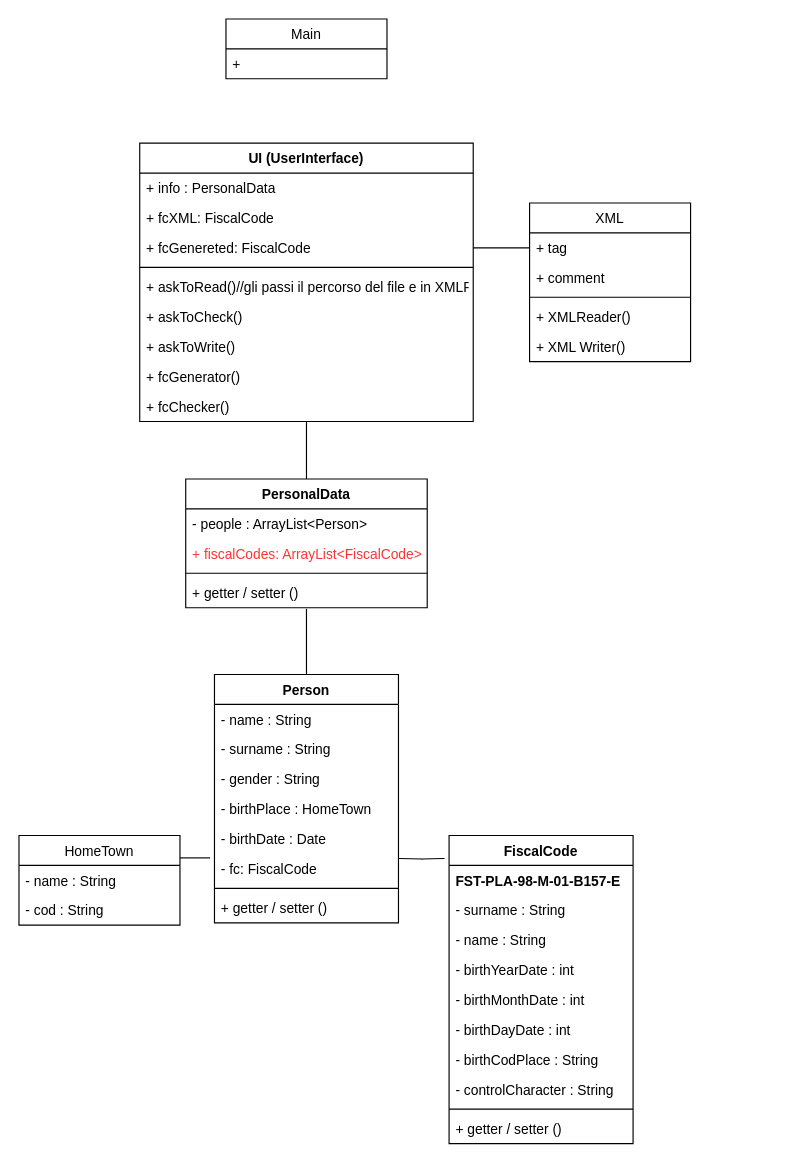
The draw.io diagram Documentatio/CodiceFiscale.drawio in Aleroto/PgAr2022_HelloWorld-_CodiceFiscale, before the edit. Source tidied: cells renumbered, new cells numbered last; positions are measured from the earlier drawing's top-left corner, leaving out a move shared by most shapes. Both pictures are drawn from the tidied source at 115%, with x=0, y=0 at pixel (18, 18).
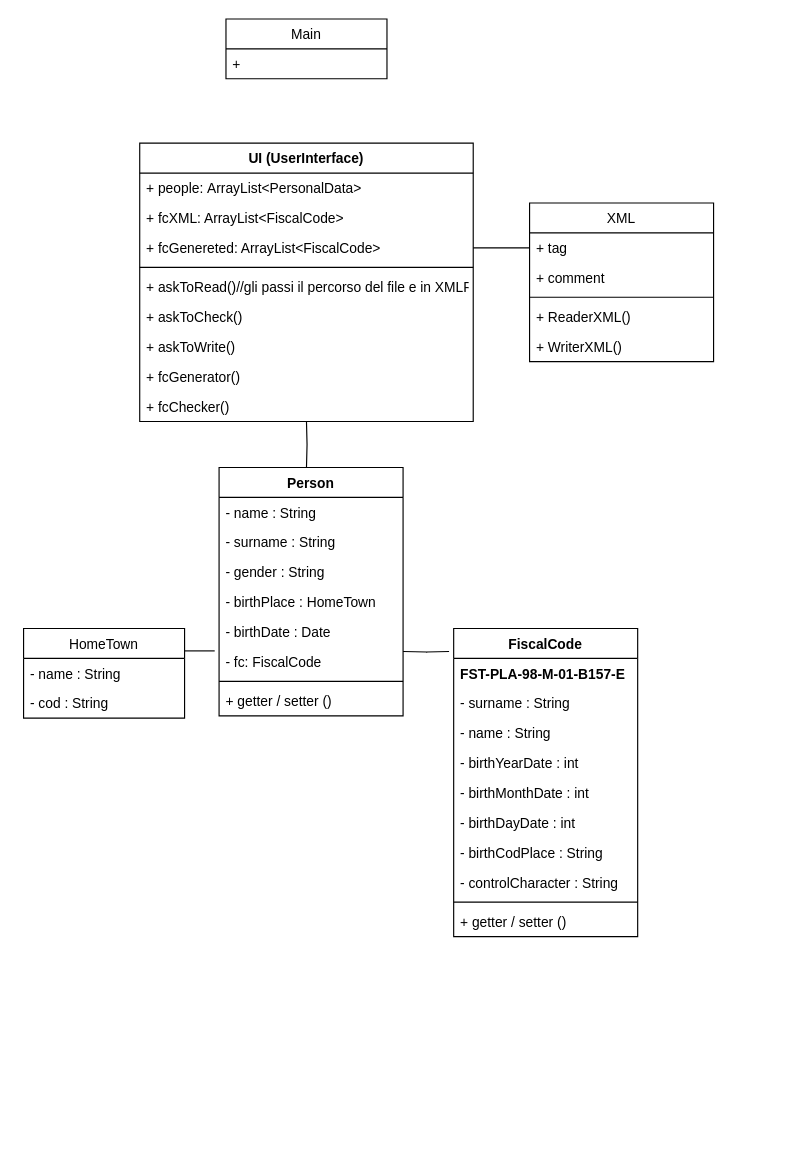
Above is the later version.

Unchanged cells that the change refers to:
```xml
<mxCell id="4" value="UI (UserInterface)" style="swimlane;fontStyle=1;align=center;verticalAlign=top;horizontal=1;startSize=26;" parent="1" vertex="1">
  <mxGeometry x="105" y="108" width="290" height="242" as="geometry" />
</mxCell>
```

Change to the diagram source:
```diff
@@
-    <mxCell id="5" value="+ info : PersonalData" style="text;strokeColor=none;fillColor=none;align=left;verticalAlign=top;spacingLeft=4;spacingRight=4;overflow=hidden;fontStyle=0;" parent="4" vertex="1">
+    <mxCell id="5" value="+ people: ArrayList&lt;PersonalData&gt;" style="text;strokeColor=none;fillColor=none;align=left;verticalAlign=top;spacingLeft=4;spacingRight=4;overflow=hidden;fontStyle=0;" parent="4" vertex="1">
       <mxGeometry y="26" width="290" height="26" as="geometry" />
     </mxCell>
-    <mxCell id="6" value="+ fcXML: FiscalCode" style="text;strokeColor=none;fillColor=none;align=left;verticalAlign=top;spacingLeft=4;spacingRight=4;overflow=hidden;" parent="4" vertex="1">
+    <mxCell id="6" value="+ fcXML: ArrayList&lt;FiscalCode&gt;" style="text;strokeColor=none;fillColor=none;align=left;verticalAlign=top;spacingLeft=4;spacingRight=4;overflow=hidden;" parent="4" vertex="1">
       <mxGeometry y="52" width="290" height="26" as="geometry" />
     </mxCell>
-    <mxCell id="7" value="+ fcGenereted: FiscalCode" style="text;strokeColor=none;fillColor=none;align=left;verticalAlign=top;spacingLeft=4;spacingRight=4;overflow=hidden;points=[[0,0.5],[1,0.5]];portConstraint=eastwest;" parent="4" vertex="1">
+    <mxCell id="7" value="+ fcGenereted: ArrayList&lt;FiscalCode&gt;" style="text;strokeColor=none;fillColor=none;align=left;verticalAlign=top;spacingLeft=4;spacingRight=4;overflow=hidden;points=[[0,0.5],[1,0.5]];portConstraint=eastwest;" parent="4" vertex="1">
       <mxGeometry y="78" width="290" height="26" as="geometry" />
     </mxCell>
@@
     <mxCell id="14" value="FiscalCode" style="swimlane;fontStyle=1;align=center;verticalAlign=top;horizontal=1;startSize=26;" parent="1" vertex="1">
-      <mxGeometry x="374" y="710" width="160" height="268" as="geometry" />
+      <mxGeometry x="378" y="530" width="160" height="268" as="geometry" />
     </mxCell>
@@
-    <mxCell id="25" style="edgeStyle=orthogonalEdgeStyle;rounded=0;jettySize=auto;html=1;exitX=0.5;exitY=0;exitDx=0;exitDy=0;entryX=0.5;entryY=1.037;entryDx=0;entryDy=0;entryPerimeter=0;fontColor=#000000;endArrow=none;endFill=0;" parent="1" edge="1" source="26" target="50">
-      <mxGeometry relative="1" as="geometry" />
-    </mxCell>
     <mxCell id="26" value="Person" style="swimlane;fontStyle=1;align=center;verticalAlign=top;horizontal=1;startSize=26;" parent="1" vertex="1">
-      <mxGeometry x="170" y="570" width="160" height="216" as="geometry" />
+      <mxGeometry x="174" y="390" width="160" height="216" as="geometry" />
     </mxCell>
@@
     <mxCell id="36" value="HomeTown" style="swimlane;fontStyle=0;horizontal=1;startSize=26;fillColor=none;" parent="1" vertex="1">
-      <mxGeometry y="710" width="140" height="78" as="geometry" />
+      <mxGeometry x="4" y="530" width="140" height="78" as="geometry" />
     </mxCell>
@@
     <mxCell id="39" value="XML" style="swimlane;fontStyle=0;horizontal=1;startSize=26;fillColor=none;" parent="1" vertex="1">
-      <mxGeometry x="444" y="160" width="140" height="138" as="geometry" />
+      <mxGeometry x="444" y="160" width="160" height="138" as="geometry" />
     </mxCell>
     <mxCell id="40" value="+ tag&#10;" style="text;strokeColor=none;fillColor=none;align=left;verticalAlign=top;spacingLeft=4;spacingRight=4;overflow=hidden;points=[[0,0.5],[1,0.5]];portConstraint=eastwest;" parent="39" vertex="1">
-      <mxGeometry y="26" width="140" height="26" as="geometry" />
+      <mxGeometry y="26" width="160" height="26" as="geometry" />
     </mxCell>
     <mxCell id="41" value="+ comment" style="text;strokeColor=none;fillColor=none;align=left;verticalAlign=top;spacingLeft=4;spacingRight=4;overflow=hidden;" parent="39" vertex="1">
-      <mxGeometry y="52" width="140" height="26" as="geometry" />
+      <mxGeometry y="52" width="160" height="26" as="geometry" />
     </mxCell>
     <mxCell id="42" style="line;strokeWidth=1;fillColor=none;align=left;verticalAlign=middle;spacingTop=-1;spacingLeft=3;spacingRight=3;labelPosition=right;" parent="39" vertex="1">
-      <mxGeometry y="78" width="140" height="8" as="geometry" />
+      <mxGeometry y="78" width="160" height="8" as="geometry" />
     </mxCell>
-    <mxCell id="43" value="+ XMLReader()" style="text;strokeColor=none;fillColor=none;align=left;verticalAlign=top;spacingLeft=4;spacingRight=4;overflow=hidden;" parent="39" vertex="1">
-      <mxGeometry y="86" width="140" height="26" as="geometry" />
+    <mxCell id="43" value="+ ReaderXML()" style="text;strokeColor=none;fillColor=none;align=left;verticalAlign=top;spacingLeft=4;spacingRight=4;overflow=hidden;" parent="39" vertex="1">
+      <mxGeometry y="86" width="160" height="26" as="geometry" />
     </mxCell>
-    <mxCell id="44" value="+ XML Writer()" style="text;strokeColor=none;fillColor=none;align=left;verticalAlign=top;spacingLeft=4;spacingRight=4;overflow=hidden;" parent="39" vertex="1">
-      <mxGeometry y="112" width="140" height="26" as="geometry" />
+    <mxCell id="44" value="+ WriterXML()" style="text;strokeColor=none;fillColor=none;align=left;verticalAlign=top;spacingLeft=4;spacingRight=4;overflow=hidden;" parent="39" vertex="1">
+      <mxGeometry y="112" width="160" height="26" as="geometry" />
     </mxCell>
-    <mxCell id="45" style="edgeStyle=orthogonalEdgeStyle;rounded=0;jettySize=auto;html=1;exitX=0.5;exitY=0;exitDx=0;exitDy=0;entryX=0.5;entryY=1;entryDx=0;entryDy=0;fontColor=#000000;endArrow=none;endFill=0;" parent="1" edge="1" source="46" target="4">
-      <mxGeometry relative="1" as="geometry" />
+    <mxCell id="45" style="edgeStyle=orthogonalEdgeStyle;rounded=0;jettySize=auto;html=1;entryX=0.5;entryY=1;entryDx=0;entryDy=0;fontColor=#000000;endArrow=none;endFill=0;" parent="1" edge="1" target="4">
+      <mxGeometry relative="1" as="geometry">
+        <mxPoint x="250" y="390" as="sourcePoint" />
+      </mxGeometry>
     </mxCell>
-    <mxCell id="46" value="PersonalData" style="swimlane;fontStyle=1;horizontal=1;startSize=26;fillColor=none;" parent="1" vertex="1">
-      <mxGeometry x="145" y="400" width="210" height="112" as="geometry" />
-    </mxCell>
-    <mxCell id="47" value="- people : ArrayList&lt;Person&gt;" style="text;strokeColor=none;fillColor=none;align=left;verticalAlign=top;spacingLeft=4;spacingRight=4;overflow=hidden;" parent="46" vertex="1">
-      <mxGeometry y="26" width="210" height="26" as="geometry" />
-    </mxCell>
-    <mxCell id="48" value="+ fiscalCodes: ArrayList&lt;FiscalCode&gt;" style="text;strokeColor=none;fillColor=none;align=left;verticalAlign=top;spacingLeft=4;spacingRight=4;overflow=hidden;fontColor=#FF3333;" parent="46" vertex="1">
-      <mxGeometry y="52" width="210" height="26" as="geometry" />
-    </mxCell>
-    <mxCell id="49" style="line;strokeWidth=1;fillColor=none;align=left;verticalAlign=middle;spacingTop=-1;spacingLeft=3;spacingRight=3;labelPosition=right;" parent="46" vertex="1">
-      <mxGeometry y="78" width="210" height="8" as="geometry" />
-    </mxCell>
-    <mxCell id="50" value="+ getter / setter ()" style="text;strokeColor=none;fillColor=none;align=left;verticalAlign=top;spacingLeft=4;spacingRight=4;overflow=hidden;points=[[0,0.5],[1,0.5]];portConstraint=eastwest;" parent="46" vertex="1">
-      <mxGeometry y="86" width="210" height="26" as="geometry" />
-    </mxCell>
     <mxCell id="51" style="edgeStyle=orthogonalEdgeStyle;rounded=0;orthogonalLoop=1;jettySize=auto;html=1;fontColor=#000000;endArrow=none;endFill=0;" parent="1" edge="1">
       <mxGeometry relative="1" as="geometry">
-        <mxPoint x="370" y="730" as="sourcePoint" />
-        <mxPoint x="330" y="730" as="targetPoint" />
+        <mxPoint x="374" y="550" as="sourcePoint" />
+        <mxPoint x="334" y="550" as="targetPoint" />
       </mxGeometry>
     </mxCell>
```
